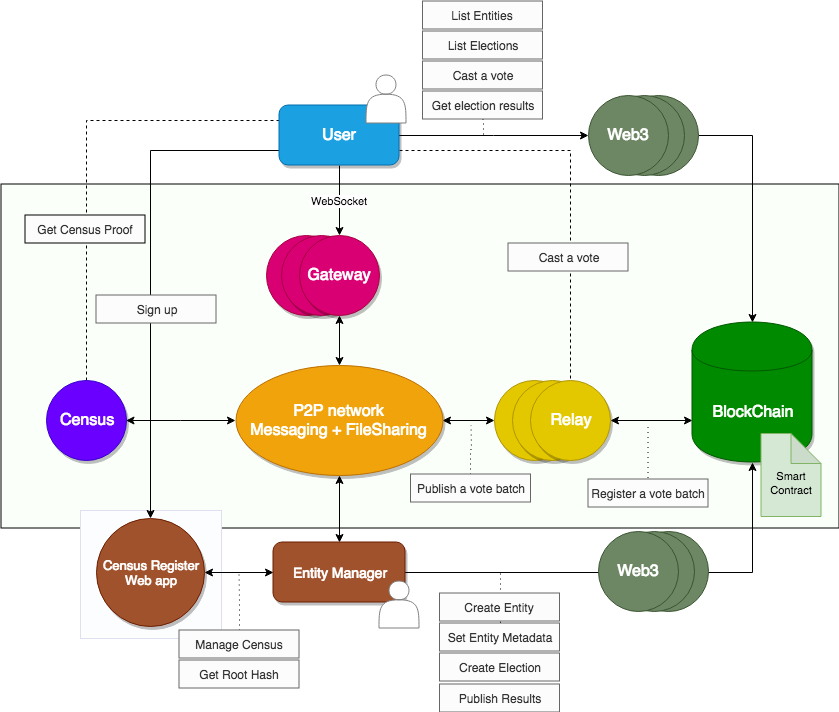
Before: docs/architecture/architecture-main.png, a diagram exported from draw.io (vocdoni/docs). Source tidied: cells renumbered, new cells last; positions are measured from the earlier drawing's top-left corner, leaving out a move shared by most shapes.
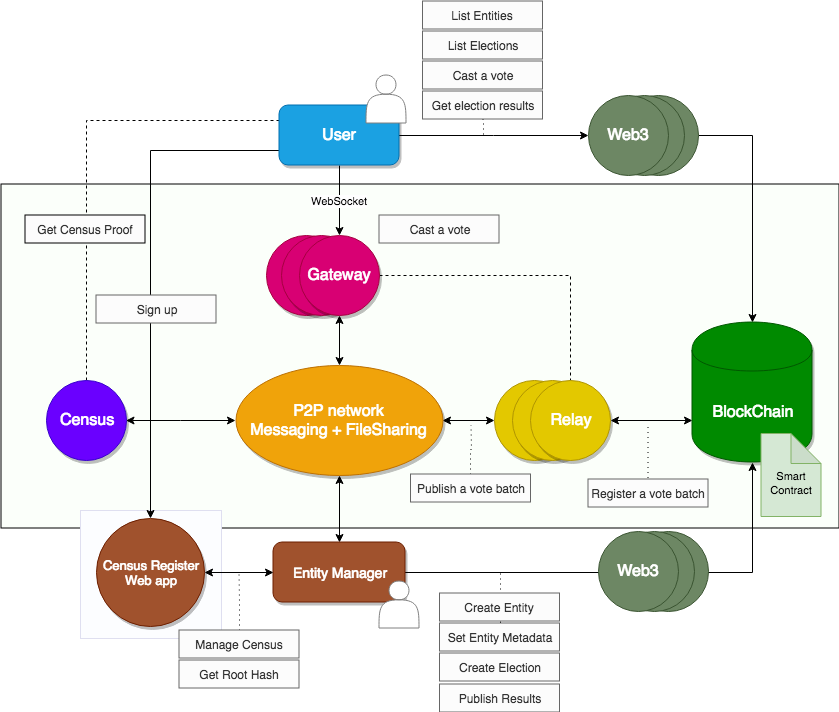
Above is the later version.

What changed in the source:
```diff
@@ -41,8 +41,12 @@
     <mxCell id="14" style="edgeStyle=orthogonalEdgeStyle;rounded=0;jettySize=auto;html=1;exitX=0;exitY=0.75;exitDx=0;exitDy=0;entryX=0.5;entryY=0;entryDx=0;entryDy=0;" parent="1" edge="1" source="17" target="33">
       <mxGeometry relative="1" as="geometry" />
     </mxCell>
-    <mxCell id="15" style="edgeStyle=orthogonalEdgeStyle;rounded=0;jettySize=auto;html=1;exitX=1;exitY=0.75;exitDx=0;exitDy=0;entryX=0.5;entryY=0;entryDx=0;entryDy=0;dashed=1;startArrow=none;startFill=0;endArrow=none;endFill=0;" parent="1" edge="1" source="17" target="24">
-      <mxGeometry relative="1" as="geometry" />
+    <mxCell id="15" style="edgeStyle=orthogonalEdgeStyle;rounded=0;jettySize=auto;html=1;exitX=1;exitY=0.5;exitDx=0;exitDy=0;entryX=0.5;entryY=0;entryDx=0;entryDy=0;dashed=1;startArrow=none;startFill=0;endArrow=none;endFill=0;" parent="1" edge="1" source="26" target="24">
+      <mxGeometry relative="1" as="geometry">
+        <Array as="points">
+          <mxPoint x="569" y="274" />
+        </Array>
+      </mxGeometry>
     </mxCell>
     <mxCell id="16" style="edgeStyle=orthogonalEdgeStyle;rounded=0;jettySize=auto;html=1;entryX=0;entryY=0.5;entryDx=0;entryDy=0;startArrow=none;startFill=0;endArrow=classic;endFill=1;" parent="1" edge="1" source="17" target="29">
       <mxGeometry relative="1" as="geometry" />
@@ -144,7 +148,7 @@
       <mxGeometry x="421" y="89.5" width="120" height="28" as="geometry" />
     </mxCell>
     <mxCell id="47" value="Cast a vote" style="rounded=0;whiteSpace=wrap;html=1;fillColor=#FCFCFC;strokeColor=#666666;fontColor=#333333;fontStyle=0;" parent="1" vertex="1">
-      <mxGeometry x="506.5" y="241.5" width="120" height="28" as="geometry" />
+      <mxGeometry x="377.5" y="213.5" width="120" height="28" as="geometry" />
     </mxCell>
     <mxCell id="48" value="Get Root Hash" style="rounded=0;whiteSpace=wrap;html=1;fillColor=#FCFCFC;strokeColor=#666666;fontColor=#333333;fontStyle=0;" parent="1" vertex="1">
       <mxGeometry x="177.5" y="658.5" width="120" height="28" as="geometry" />
```
